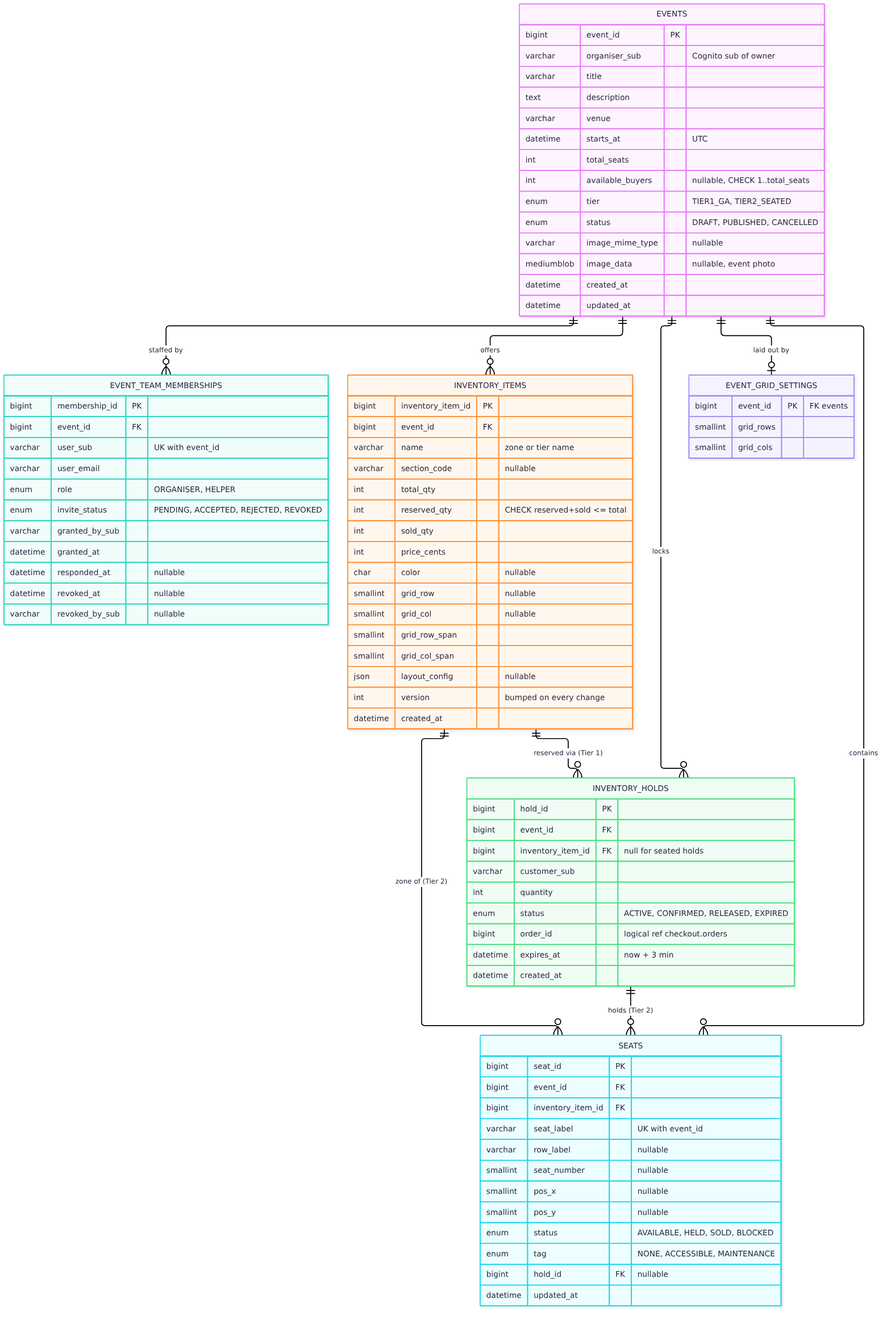
Before: diagrams/rendered/09-erd-event-inventory.png, a diagram exported from Mermaid (nus-mtech-grp1-sem2/docs). Its source is kept beside it as diagrams/src/09-erd-event-inventory.mmd.
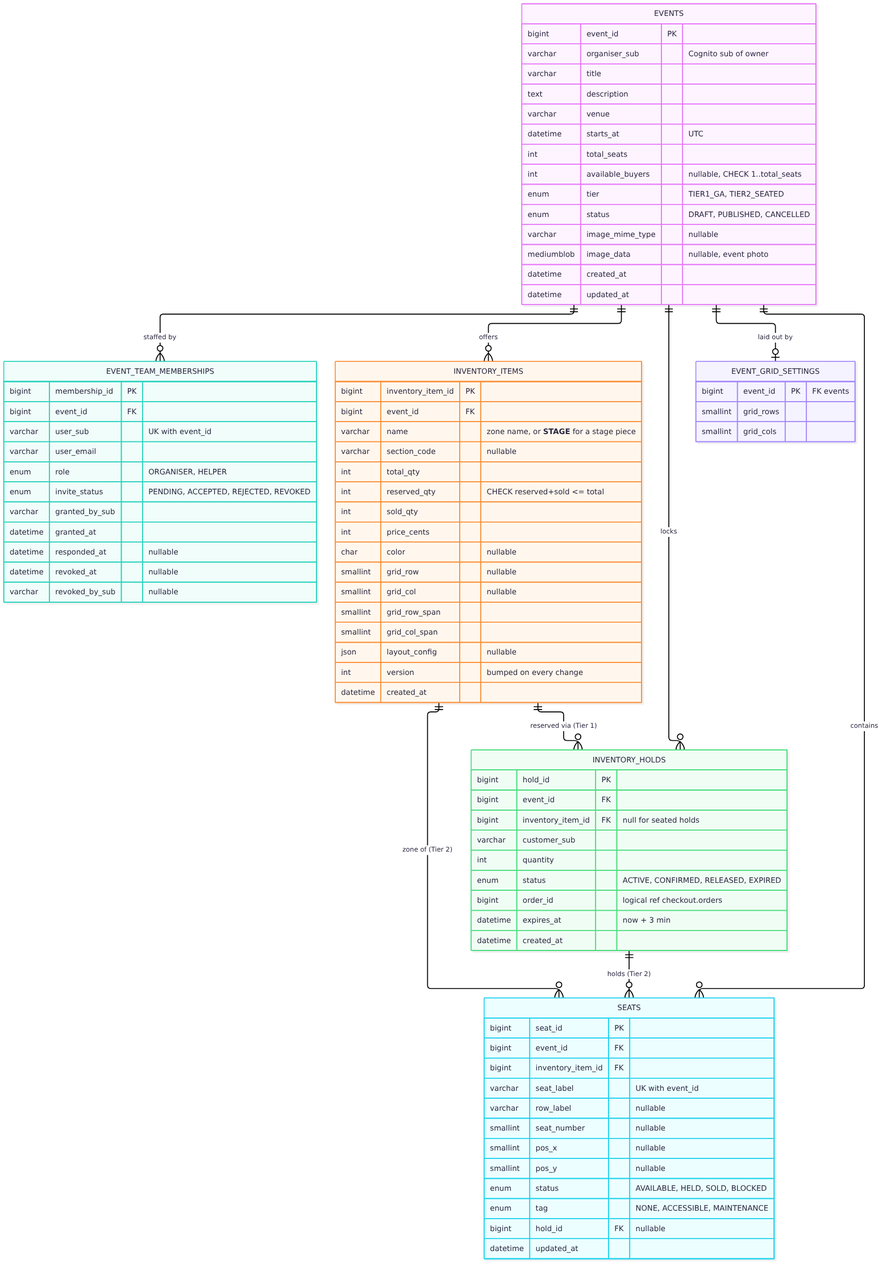
After the commit.

What changed in the source:
```diff
@@ -40,7 +40,7 @@
     INVENTORY_ITEMS {
         bigint inventory_item_id PK
         bigint event_id FK
-        varchar name "zone or tier name"
+        varchar name "zone name, or __STAGE__ for a stage piece"
         varchar section_code "nullable"
         int total_qty
         int reserved_qty "CHECK reserved+sold <= total"
```
